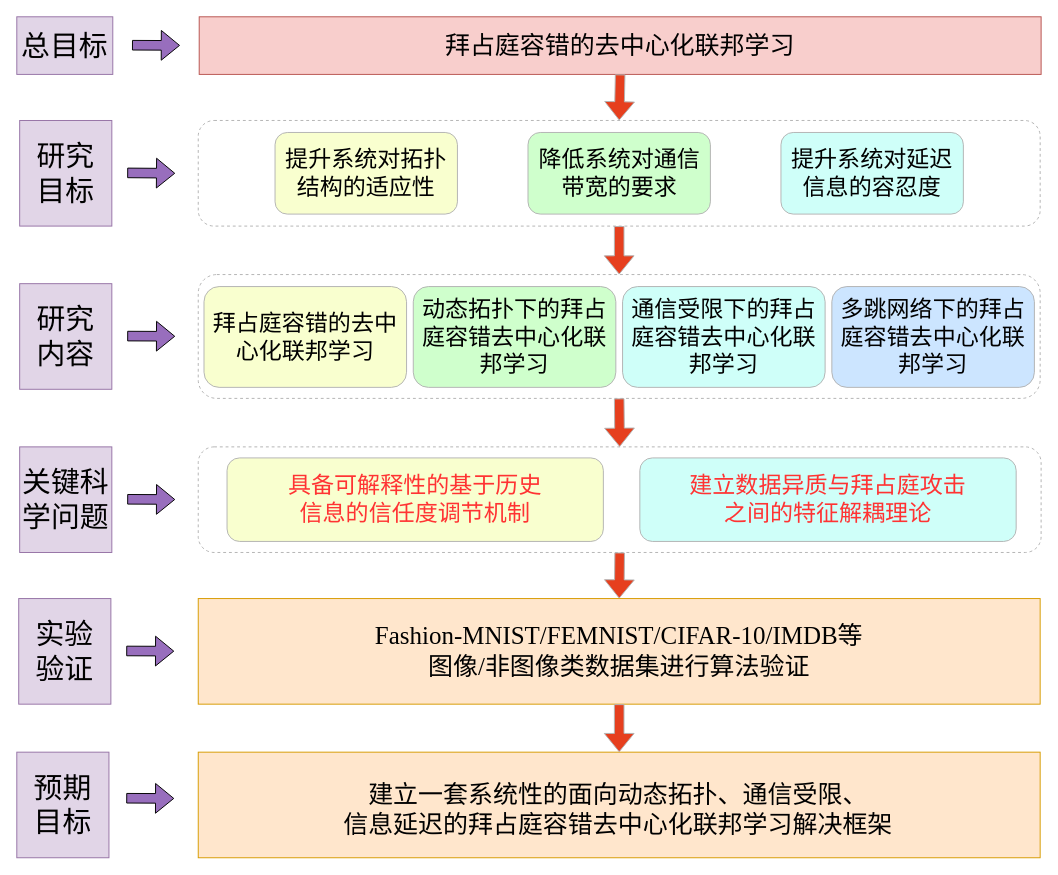
Lumos598/drawio keeps this draw.io diagram as messy/研究框架.drawio. Above is the earlier version. Source tidied: cells renumbered, new cells numbered last; positions are measured from the earlier drawing's top-left corner, leaving out a move shared by most shapes. Both pictures are drawn from the tidied source at 96%, with x=0, y=0 at pixel (16, 16).
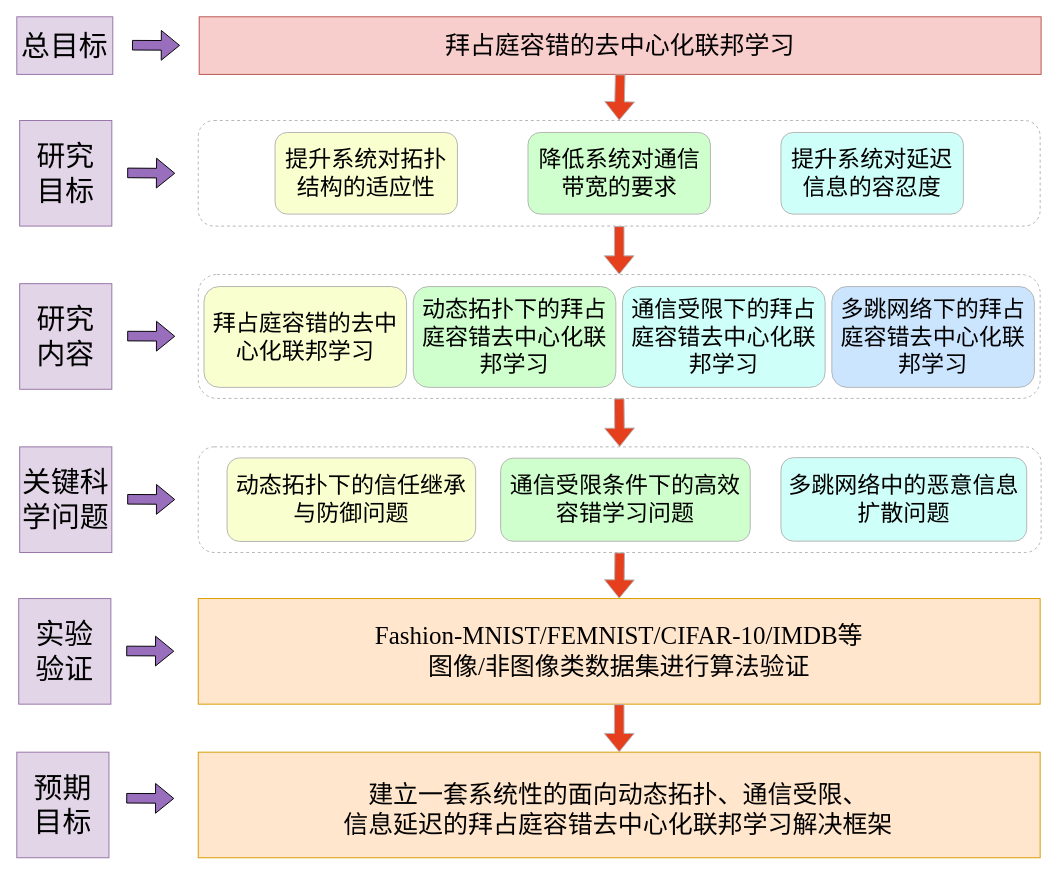
The same page after the edit.

Commit message:
更新研究框架.drawio

The edit, as a diff of the source:
```diff
@@
-    <mxCell id="24" value="&lt;div&gt;&lt;font face=&quot;Times New Roman&quot; style=&quot;font-size: 24px;&quot;&gt;具备可解释性的基于&lt;/font&gt;&lt;span style=&quot;font-size: 24px; font-family: &amp;quot;Times New Roman&amp;quot;; background-color: transparent;&quot;&gt;历史&lt;/span&gt;&lt;/div&gt;&lt;div&gt;&lt;span style=&quot;font-size: 24px; font-family: &amp;quot;Times New Roman&amp;quot;; background-color: transparent;&quot;&gt;信息的信任度调节机制&lt;/span&gt;&lt;/div&gt;" style="rounded=1;whiteSpace=wrap;html=1;fillColor=#F9FFCF;strokeColor=#B3B3B3;fontColor=#FF3333;" parent="1" vertex="1">
-      <mxGeometry x="219" y="459.5" width="392" height="87" as="geometry" />
+    <mxCell id="24" value="&lt;font face=&quot;Times New Roman&quot;&gt;&lt;span style=&quot;font-size: 24px;&quot;&gt;动态拓扑下的信任继承与防御问题&lt;/span&gt;&lt;/font&gt;" style="rounded=1;whiteSpace=wrap;html=1;fillColor=#F9FFCF;strokeColor=#B3B3B3;fontColor=#000000;" parent="1" vertex="1">
+      <mxGeometry x="219" y="459.5" width="259" height="87" as="geometry" />
     </mxCell>
-    <mxCell id="25" value="&lt;span style=&quot;font-family: &amp;quot;Times New Roman&amp;quot;; font-size: 24.000002px;&quot;&gt;建立数据异质与拜占庭攻击&lt;/span&gt;&lt;div&gt;&lt;span style=&quot;font-family: &amp;quot;Times New Roman&amp;quot;; font-size: 24.000002px;&quot;&gt;之间的特征解耦理论&lt;/span&gt;&lt;/div&gt;" style="rounded=1;whiteSpace=wrap;html=1;fillColor=#CFFFF9;strokeColor=#B3B3B3;fontColor=#FF3333;" parent="1" vertex="1">
-      <mxGeometry x="649" y="459.5" width="392" height="87" as="geometry" />
+    <mxCell id="25" value="&lt;font face=&quot;Times New Roman&quot;&gt;&lt;span style=&quot;font-size: 24px;&quot;&gt;多跳网络中的恶意信息扩散问题&lt;/span&gt;&lt;/font&gt;" style="rounded=1;whiteSpace=wrap;html=1;fillColor=#CFFFF9;strokeColor=#B3B3B3;fontColor=#000000;" parent="1" vertex="1">
+      <mxGeometry x="796" y="459.2" width="256" height="87" as="geometry" />
     </mxCell>
@@
+    <mxCell id="35" value="&lt;font size=&quot;5&quot; face=&quot;Times New Roman&quot;&gt;通信受限条件下的高效容错学习问题&lt;/font&gt;" style="rounded=1;whiteSpace=wrap;html=1;fillColor=#CFFFCC;strokeColor=#B3B3B3;" parent="1" vertex="1">
+      <mxGeometry x="504" y="459.8" width="260" height="86.5" as="geometry" />
+    </mxCell>
```
